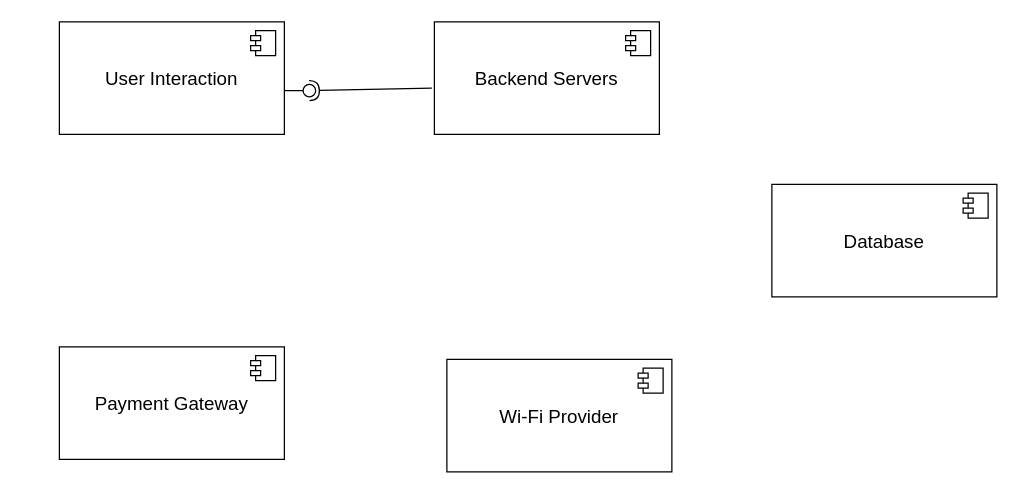
Above: Component.drawio in LeloKarma/website (draw.io), before the change. Source tidied: cells renumbered, new cells numbered last; positions are measured from the earlier drawing's top-left corner, leaving out a move shared by most shapes. Both pictures are drawn from the tidied source at 125%, with x=0, y=0 at pixel (59, 21).
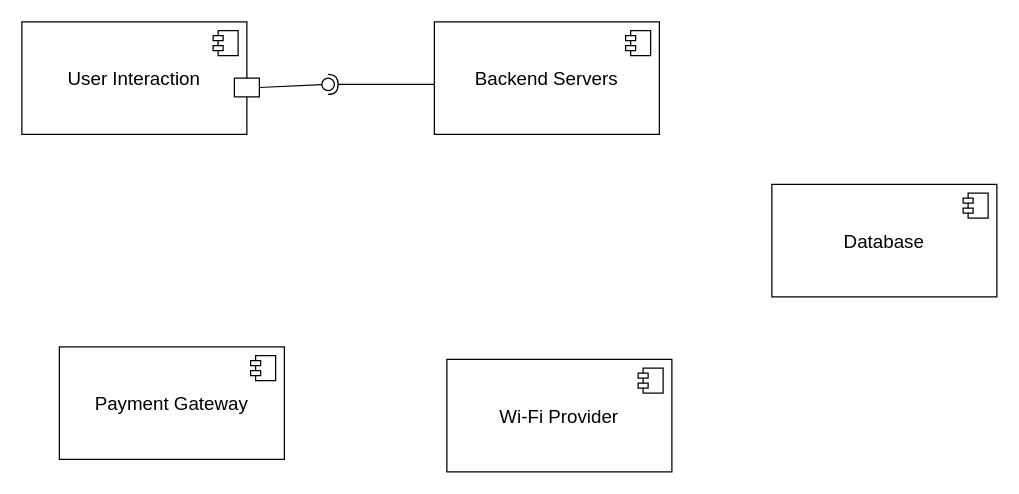
After the change.

Diff of the diagram source:
```diff
@@
 <mxGraphModel>
   <root>
     <mxCell id="0" />
     <mxCell id="1" parent="0" />
     <mxCell id="2" value="&lt;font style=&quot;font-size: 15px;&quot;&gt;User Interaction&lt;/font&gt;" style="html=1;whiteSpace=wrap;" parent="1" vertex="1">
-      <mxGeometry width="180" height="90" as="geometry" />
+      <mxGeometry x="-30" width="180" height="90" as="geometry" />
     </mxCell>
     <mxCell id="3" style="shape=module;jettyWidth=8;jettyHeight=4;" parent="2" vertex="1">
       <mxGeometry x="1" width="20" height="20" relative="1" as="geometry">
         <mxPoint x="-27" y="7" as="offset" />
       </mxGeometry>
     </mxCell>
     <mxCell id="4" value="&lt;font style=&quot;font-size: 15px;&quot;&gt;Backend Servers&lt;/font&gt;" style="html=1;whiteSpace=wrap;" parent="1" vertex="1">
       <mxGeometry x="300" width="180" height="90" as="geometry" />
     </mxCell>
     <mxCell id="5" style="shape=module;jettyWidth=8;jettyHeight=4;" parent="4" vertex="1">
       <mxGeometry x="1" width="20" height="20" relative="1" as="geometry">
         <mxPoint x="-27" y="7" as="offset" />
       </mxGeometry>
     </mxCell>
     <mxCell id="6" value="&lt;font style=&quot;font-size: 15px;&quot;&gt;Payment Gateway&lt;/font&gt;" style="html=1;whiteSpace=wrap;" parent="1" vertex="1">
       <mxGeometry y="260" width="180" height="90" as="geometry" />
     </mxCell>
     <mxCell id="7" style="shape=module;jettyWidth=8;jettyHeight=4;" parent="6" vertex="1">
       <mxGeometry x="1" width="20" height="20" relative="1" as="geometry">
         <mxPoint x="-27" y="7" as="offset" />
       </mxGeometry>
     </mxCell>
     <mxCell id="8" value="&lt;font style=&quot;font-size: 15px;&quot;&gt;Wi-Fi Provider&lt;/font&gt;" style="html=1;whiteSpace=wrap;" parent="1" vertex="1">
       <mxGeometry x="310" y="270" width="180" height="90" as="geometry" />
     </mxCell>
     <mxCell id="9" style="shape=module;jettyWidth=8;jettyHeight=4;" parent="8" vertex="1">
       <mxGeometry x="1" width="20" height="20" relative="1" as="geometry">
         <mxPoint x="-27" y="7" as="offset" />
       </mxGeometry>
     </mxCell>
     <mxCell id="10" value="&lt;font style=&quot;font-size: 15px;&quot;&gt;Database&lt;/font&gt;" style="html=1;whiteSpace=wrap;" parent="1" vertex="1">
       <mxGeometry x="570" y="130" width="180" height="90" as="geometry" />
     </mxCell>
     <mxCell id="11" style="shape=module;jettyWidth=8;jettyHeight=4;" parent="10" vertex="1">
       <mxGeometry x="1" width="20" height="20" relative="1" as="geometry">
         <mxPoint x="-27" y="7" as="offset" />
       </mxGeometry>
     </mxCell>
-    <mxCell id="12" style="rounded=0;jettySize=auto;html=1;endArrow=halfCircle;endFill=0;endSize=6;strokeWidth=1;sketch=0;exitX=-0.011;exitY=0.589;exitDx=0;exitDy=0;exitPerimeter=0;" parent="1" edge="1" source="4" target="14">
-      <mxGeometry relative="1" as="geometry" />
+    <mxCell id="12" style="rounded=0;jettySize=auto;html=1;endArrow=halfCircle;endFill=0;endSize=6;strokeWidth=1;sketch=0;entryX=1;entryY=0.7;entryDx=0;entryDy=0;entryPerimeter=0;" parent="1" edge="1" target="14">
+      <mxGeometry relative="1" as="geometry">
+        <mxPoint x="300" y="50" as="sourcePoint" />
+      </mxGeometry>
     </mxCell>
-    <mxCell id="13" style="rounded=0;jettySize=auto;html=1;endArrow=oval;endFill=0;sketch=0;sourcePerimeterSpacing=0;targetPerimeterSpacing=0;endSize=10;" parent="1" edge="1" target="14">
-      <mxGeometry relative="1" as="geometry">
-        <mxPoint x="180" y="55" as="sourcePoint" />
-      </mxGeometry>
+    <mxCell id="13" style="rounded=0;jettySize=auto;html=1;endArrow=oval;endFill=0;sketch=0;sourcePerimeterSpacing=0;targetPerimeterSpacing=0;endSize=10;exitX=1;exitY=0.5;exitDx=0;exitDy=0;" parent="1" edge="1" source="15" target="14">
+      <mxGeometry relative="1" as="geometry" />
     </mxCell>
     <mxCell id="14" style="ellipse;whiteSpace=wrap;html=1;align=center;fillColor=none;strokeColor=none;perimeter=centerPerimeter;points=[];outlineConnect=1;" parent="1" vertex="1">
-      <mxGeometry x="195" y="50" width="10" height="10" as="geometry" />
+      <mxGeometry x="210" y="45" width="10" height="10" as="geometry" />
     </mxCell>
+    <mxCell id="15" style="whiteSpace=wrap;html=1;" parent="1" vertex="1">
+      <mxGeometry x="140" y="45" width="20" height="15" as="geometry" />
+    </mxCell>
   </root>
 </mxGraphModel>
```
